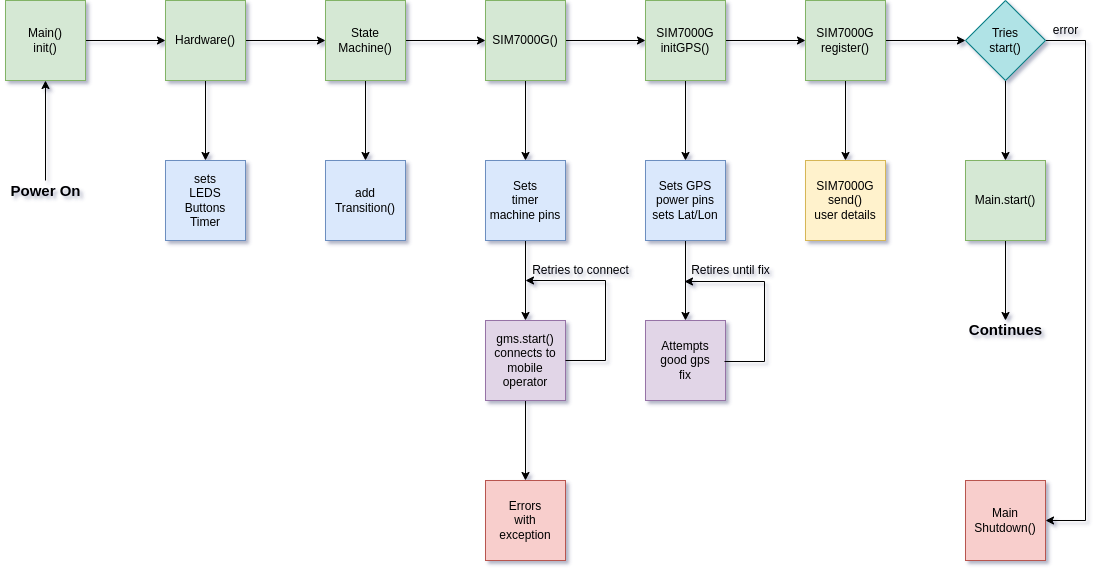
Earlier version of the draw.io export CAR1.drawio.png (18684092/CAR). Source tidied: cells renumbered, new cells last; positions are measured from the earlier drawing's top-left corner, leaving out a move shared by most shapes.
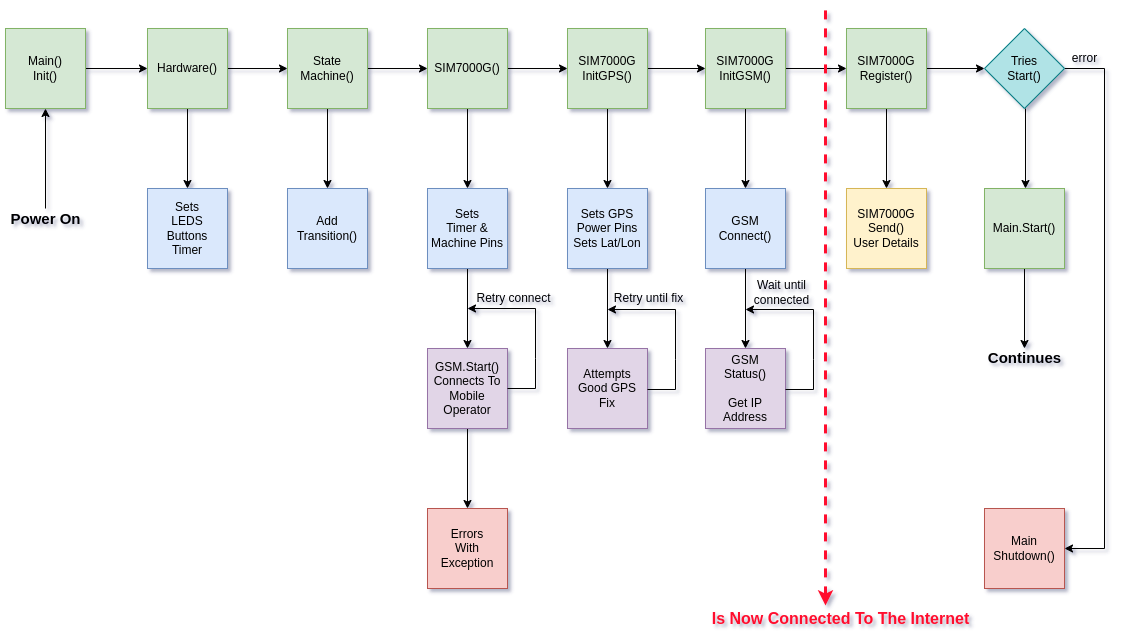
Above is the later version.

Diff of the diagram source:
```diff
@@ -5,33 +5,36 @@
     <mxCell id="2" style="edgeStyle=orthogonalEdgeStyle;rounded=0;jettySize=auto;html=1;entryX=0;entryY=0.5;entryDx=0;entryDy=0;" parent="1" edge="1" source="3" target="12">
       <mxGeometry relative="1" as="geometry" />
     </mxCell>
-    <mxCell id="3" value="Main()&lt;br&gt;init()" style="whiteSpace=wrap;html=1;fillColor=#d5e8d4;strokeColor=#82b366;" parent="1" vertex="1">
+    <mxCell id="3" value="Main()&lt;br&gt;Init()" style="whiteSpace=wrap;html=1;fillColor=#d5e8d4;strokeColor=#82b366;" parent="1" vertex="1">
       <mxGeometry x="5" width="80" height="80" as="geometry" />
     </mxCell>
     <mxCell id="4" style="edgeStyle=orthogonalEdgeStyle;rounded=0;jettySize=auto;html=1;" parent="1" edge="1" source="5">
       <mxGeometry relative="1" as="geometry">
-        <mxPoint x="1005" y="320" as="targetPoint" />
+        <mxPoint x="1024" y="320" as="targetPoint" />
       </mxGeometry>
     </mxCell>
-    <mxCell id="5" value="Main.start()" style="whiteSpace=wrap;html=1;fillColor=#d5e8d4;strokeColor=#82b366;" parent="1" vertex="1">
-      <mxGeometry x="965" y="160" width="80" height="80" as="geometry" />
+    <mxCell id="5" value="Main.Start()" style="whiteSpace=wrap;html=1;fillColor=#d5e8d4;strokeColor=#82b366;" parent="1" vertex="1">
+      <mxGeometry x="984" y="160" width="80" height="80" as="geometry" />
     </mxCell>
-    <mxCell id="6" style="edgeStyle=orthogonalEdgeStyle;rounded=0;jettySize=auto;html=1;entryX=0.5;entryY=0;entryDx=0;entryDy=0;" parent="1" edge="1" source="8" target="5">
-      <mxGeometry relative="1" as="geometry" />
+    <mxCell id="6" style="edgeStyle=orthogonalEdgeStyle;rounded=0;orthogonalLoop=1;jettySize=auto;html=1;entryX=0.5;entryY=0;entryDx=0;entryDy=0;" parent="1" edge="1">
+      <mxGeometry relative="1" as="geometry">
+        <mxPoint x="1025" y="80" as="sourcePoint" />
+        <mxPoint x="1025" y="160" as="targetPoint" />
+      </mxGeometry>
     </mxCell>
     <mxCell id="7" style="edgeStyle=orthogonalEdgeStyle;rounded=0;jettySize=auto;html=1;entryX=1;entryY=0.5;entryDx=0;entryDy=0;" parent="1" edge="1" source="8" target="37">
       <mxGeometry relative="1" as="geometry">
         <Array as="points">
-          <mxPoint x="1085" y="40" />
-          <mxPoint x="1085" y="520" />
+          <mxPoint x="1104" y="40" />
+          <mxPoint x="1104" y="520" />
         </Array>
       </mxGeometry>
     </mxCell>
-    <mxCell id="8" value="Tries&lt;br&gt;start()" style="rhombus;whiteSpace=wrap;html=1;fillColor=#b0e3e6;strokeColor=#0e8088;" parent="1" vertex="1">
-      <mxGeometry x="965" width="80" height="80" as="geometry" />
+    <mxCell id="8" value="Tries&lt;br&gt;Start()" style="rhombus;whiteSpace=wrap;html=1;fillColor=#b0e3e6;strokeColor=#0e8088;" parent="1" vertex="1">
+      <mxGeometry x="984" width="80" height="80" as="geometry" />
     </mxCell>
     <mxCell id="9" value="error" style="text;html=1;align=center;verticalAlign=middle;strokeColor=none;fillColor=none;" parent="1" vertex="1">
-      <mxGeometry x="1045" y="20" width="40" height="20" as="geometry" />
+      <mxGeometry x="1064" y="20" width="40" height="20" as="geometry" />
     </mxCell>
     <mxCell id="10" style="edgeStyle=orthogonalEdgeStyle;rounded=0;jettySize=auto;html=1;" parent="1" edge="1" source="12" target="13">
       <mxGeometry relative="1" as="geometry" />
@@ -40,10 +43,10 @@
       <mxGeometry relative="1" as="geometry" />
     </mxCell>
     <mxCell id="12" value="Hardware()" style="whiteSpace=wrap;html=1;fillColor=#d5e8d4;strokeColor=#82b366;" parent="1" vertex="1">
-      <mxGeometry x="165" width="80" height="80" as="geometry" />
+      <mxGeometry x="147" width="80" height="80" as="geometry" />
     </mxCell>
-    <mxCell id="13" value="sets&lt;br&gt;LEDS&lt;br&gt;Buttons&lt;br&gt;Timer" style="whiteSpace=wrap;html=1;fillColor=#dae8fc;strokeColor=#6c8ebf;" parent="1" vertex="1">
-      <mxGeometry x="165" y="160" width="80" height="80" as="geometry" />
+    <mxCell id="13" value="Sets&lt;br&gt;LEDS&lt;br&gt;Buttons&lt;br&gt;Timer" style="whiteSpace=wrap;html=1;fillColor=#dae8fc;strokeColor=#6c8ebf;" parent="1" vertex="1">
+      <mxGeometry x="147" y="160" width="80" height="80" as="geometry" />
     </mxCell>
     <mxCell id="14" style="edgeStyle=orthogonalEdgeStyle;rounded=0;jettySize=auto;html=1;entryX=0.5;entryY=0;entryDx=0;entryDy=0;" parent="1" edge="1" source="16" target="17">
       <mxGeometry relative="1" as="geometry" />
@@ -52,10 +55,10 @@
       <mxGeometry relative="1" as="geometry" />
     </mxCell>
     <mxCell id="16" value="State&lt;br&gt;Machine()" style="whiteSpace=wrap;html=1;fillColor=#d5e8d4;strokeColor=#82b366;" parent="1" vertex="1">
-      <mxGeometry x="325" width="80" height="80" as="geometry" />
+      <mxGeometry x="287" width="80" height="80" as="geometry" />
     </mxCell>
-    <mxCell id="17" value="add&lt;br&gt;Transition()" style="whiteSpace=wrap;html=1;fillColor=#dae8fc;strokeColor=#6c8ebf;" parent="1" vertex="1">
-      <mxGeometry x="325" y="160" width="80" height="80" as="geometry" />
+    <mxCell id="17" value="Add&lt;br&gt;Transition()" style="whiteSpace=wrap;html=1;fillColor=#dae8fc;strokeColor=#6c8ebf;" parent="1" vertex="1">
+      <mxGeometry x="287" y="160" width="80" height="80" as="geometry" />
     </mxCell>
     <mxCell id="18" style="edgeStyle=orthogonalEdgeStyle;rounded=0;jettySize=auto;html=1;exitX=0.5;exitY=1;exitDx=0;exitDy=0;entryX=0.5;entryY=0;entryDx=0;entryDy=0;" parent="1" edge="1" source="20" target="22">
       <mxGeometry relative="1" as="geometry" />
@@ -64,49 +67,50 @@
       <mxGeometry relative="1" as="geometry" />
     </mxCell>
     <mxCell id="20" value="SIM7000G()" style="whiteSpace=wrap;html=1;fillColor=#d5e8d4;strokeColor=#82b366;" parent="1" vertex="1">
-      <mxGeometry x="485" width="80" height="80" as="geometry" />
+      <mxGeometry x="427" width="80" height="80" as="geometry" />
     </mxCell>
     <mxCell id="21" style="edgeStyle=orthogonalEdgeStyle;rounded=0;jettySize=auto;html=1;entryX=0.5;entryY=0;entryDx=0;entryDy=0;" parent="1" edge="1" source="22" target="24">
       <mxGeometry relative="1" as="geometry" />
     </mxCell>
-    <mxCell id="22" value="Sets&lt;br&gt;timer&lt;br&gt;machine pins" style="whiteSpace=wrap;html=1;fillColor=#dae8fc;strokeColor=#6c8ebf;" parent="1" vertex="1">
-      <mxGeometry x="485" y="160" width="80" height="80" as="geometry" />
+    <mxCell id="22" value="Sets&lt;br&gt;Timer &amp;amp;&lt;br&gt;Machine Pins" style="whiteSpace=wrap;html=1;fillColor=#dae8fc;strokeColor=#6c8ebf;" parent="1" vertex="1">
+      <mxGeometry x="427" y="160" width="80" height="80" as="geometry" />
     </mxCell>
     <mxCell id="23" style="edgeStyle=orthogonalEdgeStyle;rounded=0;jettySize=auto;html=1;entryX=0.5;entryY=0;entryDx=0;entryDy=0;" parent="1" edge="1" source="24" target="27">
       <mxGeometry relative="1" as="geometry" />
     </mxCell>
-    <mxCell id="24" value="gms.start()&lt;br&gt;connects to&lt;br&gt;mobile&lt;br&gt;operator" style="whiteSpace=wrap;html=1;fillColor=#e1d5e7;strokeColor=#9673a6;" parent="1" vertex="1">
-      <mxGeometry x="485" y="320" width="80" height="80" as="geometry" />
+    <mxCell id="24" value="GSM.Start()&lt;br&gt;Connects To&lt;br&gt;Mobile&lt;br&gt;Operator" style="whiteSpace=wrap;html=1;fillColor=#e1d5e7;strokeColor=#9673a6;" parent="1" vertex="1">
+      <mxGeometry x="427" y="320" width="80" height="80" as="geometry" />
     </mxCell>
     <mxCell id="25" style="endArrow=classic;html=1;rounded=0;exitX=1;exitY=0.5;exitDx=0;exitDy=0;" parent="1" edge="1" source="24">
       <mxGeometry relative="1" as="geometry">
-        <mxPoint x="525" y="280" as="targetPoint" />
+        <mxPoint x="467" y="280" as="targetPoint" />
         <Array as="points">
-          <mxPoint x="605" y="360" />
-          <mxPoint x="605" y="280" />
+          <mxPoint x="535" y="360" />
+          <mxPoint x="535" y="330" />
+          <mxPoint x="535" y="280" />
         </Array>
       </mxGeometry>
     </mxCell>
-    <mxCell id="26" value="Retries to connect" style="text;html=1;align=center;verticalAlign=middle;strokeColor=none;fillColor=none;" parent="1" vertex="1">
-      <mxGeometry x="525" y="260" width="110" height="20" as="geometry" />
+    <mxCell id="26" value="Retry connect" style="text;html=1;align=center;verticalAlign=middle;strokeColor=none;fillColor=none;" parent="1" vertex="1">
+      <mxGeometry x="468" y="260" width="90" height="20" as="geometry" />
     </mxCell>
-    <mxCell id="27" value="Errors&lt;br&gt;with&lt;br&gt;exception" style="whiteSpace=wrap;html=1;fillColor=#f8cecc;strokeColor=#b85450;" parent="1" vertex="1">
-      <mxGeometry x="485" y="480" width="80" height="80" as="geometry" />
+    <mxCell id="27" value="Errors&lt;br&gt;With&lt;br&gt;Exception" style="whiteSpace=wrap;html=1;fillColor=#f8cecc;strokeColor=#b85450;" parent="1" vertex="1">
+      <mxGeometry x="427" y="480" width="80" height="80" as="geometry" />
     </mxCell>
     <mxCell id="28" style="edgeStyle=orthogonalEdgeStyle;rounded=0;jettySize=auto;html=1;entryX=0.5;entryY=0;entryDx=0;entryDy=0;" parent="1" edge="1" source="30" target="32">
       <mxGeometry relative="1" as="geometry" />
     </mxCell>
-    <mxCell id="29" style="edgeStyle=orthogonalEdgeStyle;rounded=0;jettySize=auto;html=1;entryX=0;entryY=0.5;entryDx=0;entryDy=0;" parent="1" edge="1" source="30" target="35">
-      <mxGeometry relative="1" as="geometry" />
-    </mxCell>
+    <mxCell id="44" style="edgeStyle=orthogonalEdgeStyle;rounded=0;jettySize=auto;html=1;" parent="1" edge="1" source="30" target="48">
+      <mxGeometry relative="1" as="geometry" />
+    </mxCell>
-    <mxCell id="30" value="SIM7000G&lt;br&gt;initGPS()" style="whiteSpace=wrap;html=1;fillColor=#d5e8d4;strokeColor=#82b366;" parent="1" vertex="1">
-      <mxGeometry x="645" width="80" height="80" as="geometry" />
+    <mxCell id="30" value="SIM7000G&lt;br&gt;InitGPS()" style="whiteSpace=wrap;html=1;fillColor=#d5e8d4;strokeColor=#82b366;" parent="1" vertex="1">
+      <mxGeometry x="567" width="80" height="80" as="geometry" />
     </mxCell>
     <mxCell id="31" style="edgeStyle=orthogonalEdgeStyle;rounded=0;jettySize=auto;html=1;entryX=0.5;entryY=0;entryDx=0;entryDy=0;" parent="1" edge="1" source="32" target="38">
       <mxGeometry relative="1" as="geometry" />
     </mxCell>
-    <mxCell id="32" value="Sets GPS&lt;br&gt;power pins&lt;br&gt;sets Lat/Lon" style="whiteSpace=wrap;html=1;fillColor=#dae8fc;strokeColor=#6c8ebf;" parent="1" vertex="1">
-      <mxGeometry x="645" y="160" width="80" height="80" as="geometry" />
+    <mxCell id="32" value="Sets GPS&lt;br&gt;Power Pins&lt;br&gt;Sets Lat/Lon" style="whiteSpace=wrap;html=1;fillColor=#dae8fc;strokeColor=#6c8ebf;" parent="1" vertex="1">
+      <mxGeometry x="567" y="160" width="80" height="80" as="geometry" />
     </mxCell>
     <mxCell id="33" style="edgeStyle=orthogonalEdgeStyle;rounded=0;jettySize=auto;html=1;entryX=0.5;entryY=0;entryDx=0;entryDy=0;" parent="1" edge="1" source="35" target="36">
       <mxGeometry relative="1" as="geometry" />
@@ -114,33 +118,23 @@
     <mxCell id="34" style="edgeStyle=orthogonalEdgeStyle;rounded=0;jettySize=auto;html=1;entryX=0;entryY=0.5;entryDx=0;entryDy=0;" parent="1" edge="1" source="35" target="8">
       <mxGeometry relative="1" as="geometry" />
     </mxCell>
-    <mxCell id="35" value="SIM7000G&lt;br&gt;register()" style="whiteSpace=wrap;html=1;fillColor=#d5e8d4;strokeColor=#82b366;" parent="1" vertex="1">
-      <mxGeometry x="805" width="80" height="80" as="geometry" />
+    <mxCell id="35" value="SIM7000G&lt;br&gt;Register()" style="whiteSpace=wrap;html=1;fillColor=#d5e8d4;strokeColor=#82b366;" parent="1" vertex="1">
+      <mxGeometry x="846" width="80" height="80" as="geometry" />
     </mxCell>
-    <mxCell id="36" value="SIM7000G&lt;br&gt;send()&lt;br&gt;user details" style="whiteSpace=wrap;html=1;fillColor=#fff2cc;strokeColor=#d6b656;" parent="1" vertex="1">
-      <mxGeometry x="805" y="160" width="80" height="80" as="geometry" />
+    <mxCell id="36" value="SIM7000G&lt;br&gt;Send()&lt;br&gt;User Details" style="whiteSpace=wrap;html=1;fillColor=#fff2cc;strokeColor=#d6b656;" parent="1" vertex="1">
+      <mxGeometry x="846" y="160" width="80" height="80" as="geometry" />
     </mxCell>
     <mxCell id="37" value="Main&lt;br&gt;Shutdown()" style="whiteSpace=wrap;html=1;fillColor=#f8cecc;strokeColor=#b85450;" parent="1" vertex="1">
-      <mxGeometry x="965" y="480" width="80" height="80" as="geometry" />
+      <mxGeometry x="984" y="480" width="80" height="80" as="geometry" />
     </mxCell>
-    <mxCell id="38" value="Attempts&lt;br&gt;good gps&lt;br&gt;fix" style="whiteSpace=wrap;html=1;fillColor=#e1d5e7;strokeColor=#9673a6;" parent="1" vertex="1">
-      <mxGeometry x="645" y="320" width="80" height="80" as="geometry" />
+    <mxCell id="38" value="Attempts&lt;br&gt;Good GPS&lt;br&gt;Fix" style="whiteSpace=wrap;html=1;fillColor=#e1d5e7;strokeColor=#9673a6;" parent="1" vertex="1">
+      <mxGeometry x="567" y="320" width="80" height="80" as="geometry" />
     </mxCell>
-    <mxCell id="39" style="endArrow=classic;html=1;rounded=0;exitX=1;exitY=0.5;exitDx=0;exitDy=0;" parent="1" edge="1">
-      <mxGeometry relative="1" as="geometry">
-        <mxPoint x="724" y="361" as="sourcePoint" />
-        <mxPoint x="684" y="281" as="targetPoint" />
-        <Array as="points">
-          <mxPoint x="764" y="361" />
-          <mxPoint x="764" y="281" />
-        </Array>
-      </mxGeometry>
-    </mxCell>
-    <mxCell id="40" value="Retires until fix" style="text;html=1;align=center;verticalAlign=middle;strokeColor=none;fillColor=none;" parent="1" vertex="1">
-      <mxGeometry x="685" y="260" width="90" height="20" as="geometry" />
+    <mxCell id="40" value="Retry until fix" style="text;html=1;align=center;verticalAlign=middle;strokeColor=none;fillColor=none;" parent="1" vertex="1">
+      <mxGeometry x="608" y="260" width="80" height="20" as="geometry" />
     </mxCell>
     <mxCell id="41" value="&lt;b&gt;&lt;font style=&quot;font-size: 15px&quot;&gt;Continues&lt;/font&gt;&lt;/b&gt;" style="text;html=1;align=center;verticalAlign=middle;strokeColor=none;fillColor=none;" parent="1" vertex="1">
-      <mxGeometry x="960" y="319" width="90" height="20" as="geometry" />
+      <mxGeometry x="979" y="319" width="90" height="20" as="geometry" />
     </mxCell>
     <mxCell id="42" style="edgeStyle=orthogonalEdgeStyle;rounded=0;jettySize=auto;html=1;entryX=0.5;entryY=1;entryDx=0;entryDy=0;fontSize=15;" parent="1" edge="1" source="43" target="3">
       <mxGeometry relative="1" as="geometry" />
@@ -148,5 +142,57 @@
     <mxCell id="43" value="&lt;b&gt;&lt;font style=&quot;font-size: 15px&quot;&gt;Power On&lt;/font&gt;&lt;/b&gt;" style="text;html=1;align=center;verticalAlign=middle;points=[];strokeColor=none;fillColor=none;" parent="1" vertex="1">
       <mxGeometry y="180" width="90" height="20" as="geometry" />
     </mxCell>
+    <mxCell id="45" style="endArrow=classic;html=1;rounded=0;exitX=1;exitY=0.5;exitDx=0;exitDy=0;" parent="1" edge="1">
+      <mxGeometry relative="1" as="geometry">
+        <mxPoint x="647" y="361" as="sourcePoint" />
+        <mxPoint x="607" y="281" as="targetPoint" />
+        <Array as="points">
+          <mxPoint x="675" y="361" />
+          <mxPoint x="675" y="331" />
+          <mxPoint x="675" y="281" />
+        </Array>
+      </mxGeometry>
+    </mxCell>
+    <mxCell id="46" style="edgeStyle=orthogonalEdgeStyle;rounded=0;jettySize=auto;html=1;" parent="1" edge="1" source="48" target="50">
+      <mxGeometry relative="1" as="geometry" />
+    </mxCell>
+    <mxCell id="47" style="edgeStyle=orthogonalEdgeStyle;rounded=0;jettySize=auto;html=1;" parent="1" edge="1" source="48" target="35">
+      <mxGeometry relative="1" as="geometry" />
+    </mxCell>
+    <mxCell id="48" value="SIM7000G&lt;br&gt;InitGSM()" style="whiteSpace=wrap;html=1;fillColor=#d5e8d4;strokeColor=#82b366;" parent="1" vertex="1">
+      <mxGeometry x="705" width="80" height="80" as="geometry" />
+    </mxCell>
+    <mxCell id="49" style="edgeStyle=orthogonalEdgeStyle;rounded=0;jettySize=auto;html=1;" parent="1" edge="1" source="50" target="51">
+      <mxGeometry relative="1" as="geometry" />
+    </mxCell>
+    <mxCell id="50" value="GSM&lt;br&gt;Connect()" style="whiteSpace=wrap;html=1;fillColor=#dae8fc;strokeColor=#6c8ebf;" parent="1" vertex="1">
+      <mxGeometry x="705" y="160" width="80" height="80" as="geometry" />
+    </mxCell>
+    <mxCell id="51" value="GSM&lt;br&gt;Status()&lt;br&gt;&lt;br&gt;Get IP Address" style="whiteSpace=wrap;html=1;fillColor=#e1d5e7;strokeColor=#9673a6;" parent="1" vertex="1">
+      <mxGeometry x="705" y="320" width="80" height="80" as="geometry" />
+    </mxCell>
+    <mxCell id="52" value="Wait until&lt;br&gt;connected" style="text;html=1;align=center;verticalAlign=middle;strokeColor=none;fillColor=none;" parent="1" vertex="1">
+      <mxGeometry x="746" y="249" width="70" height="30" as="geometry" />
+    </mxCell>
+    <mxCell id="53" style="endArrow=classic;html=1;rounded=0;exitX=1;exitY=0.5;exitDx=0;exitDy=0;" parent="1" edge="1">
+      <mxGeometry relative="1" as="geometry">
+        <mxPoint x="785" y="361" as="sourcePoint" />
+        <mxPoint x="745" y="281" as="targetPoint" />
+        <Array as="points">
+          <mxPoint x="813" y="361" />
+          <mxPoint x="813" y="331" />
+          <mxPoint x="813" y="281" />
+        </Array>
+      </mxGeometry>
+    </mxCell>
+    <mxCell id="54" style="endArrow=none;dashed=1;html=1;rounded=0;strokeWidth=3;strokeColor=#FF0D2D;endFill=0;startArrow=classic;startFill=1;" parent="1" edge="1">
+      <mxGeometry relative="1" as="geometry">
+        <mxPoint x="825" y="577" as="sourcePoint" />
+        <mxPoint x="825" y="-20" as="targetPoint" />
+      </mxGeometry>
+    </mxCell>
+    <mxCell id="55" value="&lt;font style=&quot;font-size: 16px&quot; color=&quot;#ff0d2d&quot;&gt;&lt;b&gt;Is Now Connected To The Internet&lt;/b&gt;&lt;/font&gt;" style="text;html=1;align=center;verticalAlign=middle;strokeColor=none;fillColor=none;" parent="1" vertex="1">
+      <mxGeometry x="705" y="580" width="270" height="20" as="geometry" />
+    </mxCell>
   </root>
 </mxGraphModel>
```
